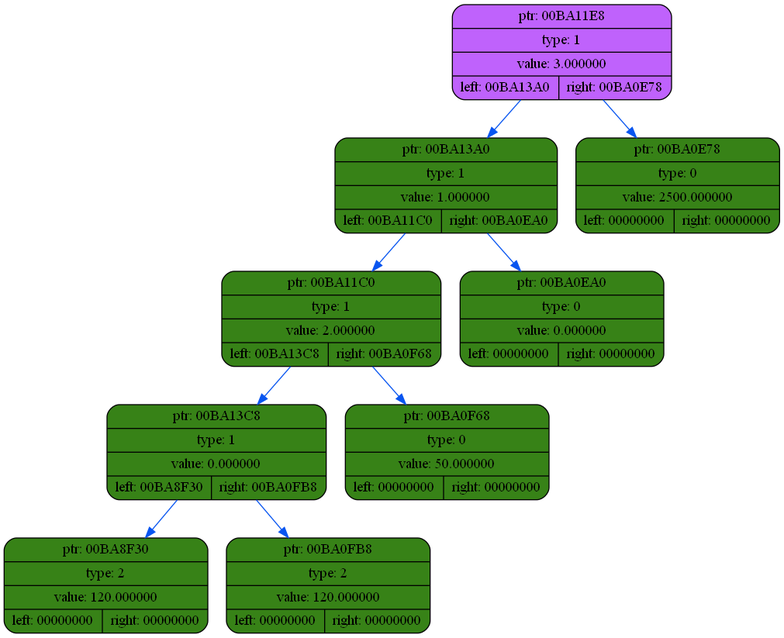
Before: dump/dump3.png, a diagram exported from Graphviz (coffee8cat/differentiator). Its source is kept beside it as dump/dump3.dot. The source it was exported from:
```dot
digraph
{
    rankdir=TP

        node00BA11E8[shape=record,style="rounded,filled",fillcolor="#BF62FC",label="{ ptr: 00BA11E8 | type: 1 | value: 3.000000| { left: 00BA13A0 | right: 00BA0E78 }}"];
    node00BA11E8 -> node00BA13A0[color="#0855F0"]
    node00BA13A0[shape=record,style="rounded,filled",fillcolor="#378217",label="{ ptr: 00BA13A0 | type: 1 | value: 1.000000| { left: 00BA11C0 | right: 00BA0EA0 }}"];
    node00BA13A0 -> node00BA11C0[color="#0855F0"]
    node00BA11C0[shape=record,style="rounded,filled",fillcolor="#378217",label="{ ptr: 00BA11C0 | type: 1 | value: 2.000000| { left: 00BA13C8 | right: 00BA0F68 }}"];
    node00BA11C0 -> node00BA13C8[color="#0855F0"]
    node00BA13C8[shape=record,style="rounded,filled",fillcolor="#378217",label="{ ptr: 00BA13C8 | type: 1 | value: 0.000000| { left: 00BA8F30 | right: 00BA0FB8 }}"];
    node00BA13C8 -> node00BA8F30[color="#0855F0"]
    node00BA8F30[shape=record,style="rounded,filled",fillcolor="#378217",label="{ ptr: 00BA8F30 | type: 2 | value: 120.000000| { left: 00000000 | right: 00000000 }}"];
    node00BA13C8 -> node00BA0FB8[color="#0855F0"]
    node00BA0FB8[shape=record,style="rounded,filled",fillcolor="#378217",label="{ ptr: 00BA0FB8 | type: 2 | value: 120.000000| { left: 00000000 | right: 00000000 }}"];
    node00BA11C0 -> node00BA0F68[color="#0855F0"]
    node00BA0F68[shape=record,style="rounded,filled",fillcolor="#378217",label="{ ptr: 00BA0F68 | type: 0 | value: 50.000000| { left: 00000000 | right: 00000000 }}"];
    node00BA13A0 -> node00BA0EA0[color="#0855F0"]
    node00BA0EA0[shape=record,style="rounded,filled",fillcolor="#378217",label="{ ptr: 00BA0EA0 | type: 0 | value: 0.000000| { left: 00000000 | right: 00000000 }}"];
    node00BA11E8 -> node00BA0E78[color="#0855F0"]
    node00BA0E78[shape=record,style="rounded,filled",fillcolor="#378217",label="{ ptr: 00BA0E78 | type: 0 | value: 2500.000000| { left: 00000000 | right: 00000000 }}"];
}
```
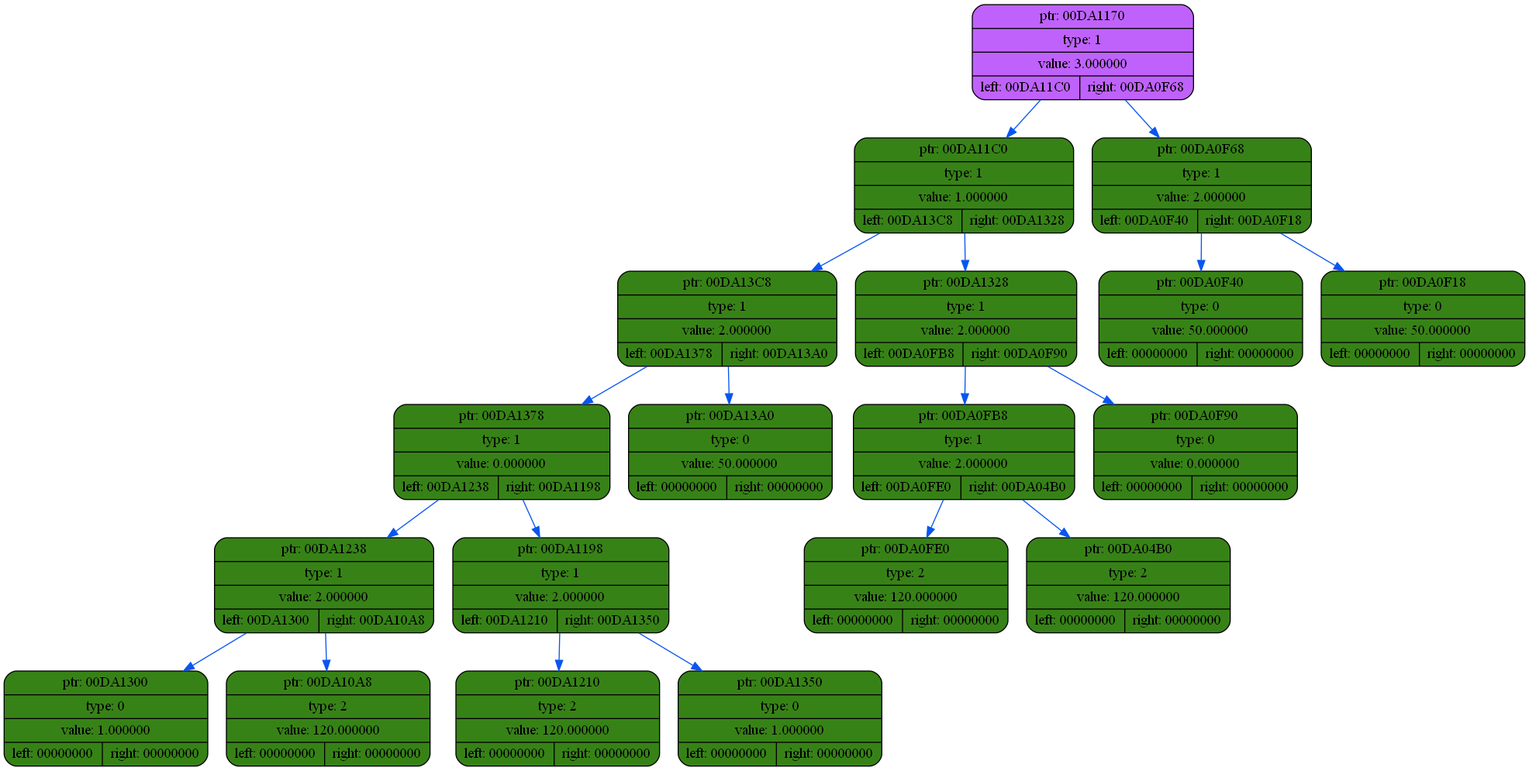
After the commit.

Diff of the diagram source:
```diff
@@ -2,21 +2,41 @@
 {
     rankdir=TP
 
-        node00BA11E8[shape=record,style="rounded,filled",fillcolor="#BF62FC",label="{ ptr: 00BA11E8 | type: 1 | value: 3.000000| { left: 00BA13A0 | right: 00BA0E78 }}"];
-    node00BA11E8 -> node00BA13A0[color="#0855F0"]
-    node00BA13A0[shape=record,style="rounded,filled",fillcolor="#378217",label="{ ptr: 00BA13A0 | type: 1 | value: 1.000000| { left: 00BA11C0 | right: 00BA0EA0 }}"];
-    node00BA13A0 -> node00BA11C0[color="#0855F0"]
-    node00BA11C0[shape=record,style="rounded,filled",fillcolor="#378217",label="{ ptr: 00BA11C0 | type: 1 | value: 2.000000| { left: 00BA13C8 | right: 00BA0F68 }}"];
-    node00BA11C0 -> node00BA13C8[color="#0855F0"]
-    node00BA13C8[shape=record,style="rounded,filled",fillcolor="#378217",label="{ ptr: 00BA13C8 | type: 1 | value: 0.000000| { left: 00BA8F30 | right: 00BA0FB8 }}"];
-    node00BA13C8 -> node00BA8F30[color="#0855F0"]
-    node00BA8F30[shape=record,style="rounded,filled",fillcolor="#378217",label="{ ptr: 00BA8F30 | type: 2 | value: 120.000000| { left: 00000000 | right: 00000000 }}"];
-    node00BA13C8 -> node00BA0FB8[color="#0855F0"]
-    node00BA0FB8[shape=record,style="rounded,filled",fillcolor="#378217",label="{ ptr: 00BA0FB8 | type: 2 | value: 120.000000| { left: 00000000 | right: 00000000 }}"];
-    node00BA11C0 -> node00BA0F68[color="#0855F0"]
-    node00BA0F68[shape=record,style="rounded,filled",fillcolor="#378217",label="{ ptr: 00BA0F68 | type: 0 | value: 50.000000| { left: 00000000 | right: 00000000 }}"];
-    node00BA13A0 -> node00BA0EA0[color="#0855F0"]
-    node00BA0EA0[shape=record,style="rounded,filled",fillcolor="#378217",label="{ ptr: 00BA0EA0 | type: 0 | value: 0.000000| { left: 00000000 | right: 00000000 }}"];
-    node00BA11E8 -> node00BA0E78[color="#0855F0"]
-    node00BA0E78[shape=record,style="rounded,filled",fillcolor="#378217",label="{ ptr: 00BA0E78 | type: 0 | value: 2500.000000| { left: 00000000 | right: 00000000 }}"];
+        node00DA1170[shape=record,style="rounded,filled",fillcolor="#BF62FC",label="{ ptr: 00DA1170 | type: 1 | value: 3.000000| { left: 00DA11C0 | right: 00DA0F68 }}"];
+    node00DA1170 -> node00DA11C0[color="#0855F0"]
+    node00DA11C0[shape=record,style="rounded,filled",fillcolor="#378217",label="{ ptr: 00DA11C0 | type: 1 | value: 1.000000| { left: 00DA13C8 | right: 00DA1328 }}"];
+    node00DA11C0 -> node00DA13C8[color="#0855F0"]
+    node00DA13C8[shape=record,style="rounded,filled",fillcolor="#378217",label="{ ptr: 00DA13C8 | type: 1 | value: 2.000000| { left: 00DA1378 | right: 00DA13A0 }}"];
+    node00DA13C8 -> node00DA1378[color="#0855F0"]
+    node00DA1378[shape=record,style="rounded,filled",fillcolor="#378217",label="{ ptr: 00DA1378 | type: 1 | value: 0.000000| { left: 00DA1238 | right: 00DA1198 }}"];
+    node00DA1378 -> node00DA1238[color="#0855F0"]
+    node00DA1238[shape=record,style="rounded,filled",fillcolor="#378217",label="{ ptr: 00DA1238 | type: 1 | value: 2.000000| { left: 00DA1300 | right: 00DA10A8 }}"];
+    node00DA1238 -> node00DA1300[color="#0855F0"]
+    node00DA1300[shape=record,style="rounded,filled",fillcolor="#378217",label="{ ptr: 00DA1300 | type: 0 | value: 1.000000| { left: 00000000 | right: 00000000 }}"];
+    node00DA1238 -> node00DA10A8[color="#0855F0"]
+    node00DA10A8[shape=record,style="rounded,filled",fillcolor="#378217",label="{ ptr: 00DA10A8 | type: 2 | value: 120.000000| { left: 00000000 | right: 00000000 }}"];
+    node00DA1378 -> node00DA1198[color="#0855F0"]
+    node00DA1198[shape=record,style="rounded,filled",fillcolor="#378217",label="{ ptr: 00DA1198 | type: 1 | value: 2.000000| { left: 00DA1210 | right: 00DA1350 }}"];
+    node00DA1198 -> node00DA1210[color="#0855F0"]
+    node00DA1210[shape=record,style="rounded,filled",fillcolor="#378217",label="{ ptr: 00DA1210 | type: 2 | value: 120.000000| { left: 00000000 | right: 00000000 }}"];
+    node00DA1198 -> node00DA1350[color="#0855F0"]
+    node00DA1350[shape=record,style="rounded,filled",fillcolor="#378217",label="{ ptr: 00DA1350 | type: 0 | value: 1.000000| { left: 00000000 | right: 00000000 }}"];
+    node00DA13C8 -> node00DA13A0[color="#0855F0"]
+    node00DA13A0[shape=record,style="rounded,filled",fillcolor="#378217",label="{ ptr: 00DA13A0 | type: 0 | value: 50.000000| { left: 00000000 | right: 00000000 }}"];
+    node00DA11C0 -> node00DA1328[color="#0855F0"]
+    node00DA1328[shape=record,style="rounded,filled",fillcolor="#378217",label="{ ptr: 00DA1328 | type: 1 | value: 2.000000| { left: 00DA0FB8 | right: 00DA0F90 }}"];
+    node00DA1328 -> node00DA0FB8[color="#0855F0"]
+    node00DA0FB8[shape=record,style="rounded,filled",fillcolor="#378217",label="{ ptr: 00DA0FB8 | type: 1 | value: 2.000000| { left: 00DA0FE0 | right: 00DA04B0 }}"];
+    node00DA0FB8 -> node00DA0FE0[color="#0855F0"]
+    node00DA0FE0[shape=record,style="rounded,filled",fillcolor="#378217",label="{ ptr: 00DA0FE0 | type: 2 | value: 120.000000| { left: 00000000 | right: 00000000 }}"];
+    node00DA0FB8 -> node00DA04B0[color="#0855F0"]
+    node00DA04B0[shape=record,style="rounded,filled",fillcolor="#378217",label="{ ptr: 00DA04B0 | type: 2 | value: 120.000000| { left: 00000000 | right: 00000000 }}"];
+    node00DA1328 -> node00DA0F90[color="#0855F0"]
+    node00DA0F90[shape=record,style="rounded,filled",fillcolor="#378217",label="{ ptr: 00DA0F90 | type: 0 | value: 0.000000| { left: 00000000 | right: 00000000 }}"];
+    node00DA1170 -> node00DA0F68[color="#0855F0"]
+    node00DA0F68[shape=record,style="rounded,filled",fillcolor="#378217",label="{ ptr: 00DA0F68 | type: 1 | value: 2.000000| { left: 00DA0F40 | right: 00DA0F18 }}"];
+    node00DA0F68 -> node00DA0F40[color="#0855F0"]
+    node00DA0F40[shape=record,style="rounded,filled",fillcolor="#378217",label="{ ptr: 00DA0F40 | type: 0 | value: 50.000000| { left: 00000000 | right: 00000000 }}"];
+    node00DA0F68 -> node00DA0F18[color="#0855F0"]
+    node00DA0F18[shape=record,style="rounded,filled",fillcolor="#378217",label="{ ptr: 00DA0F18 | type: 0 | value: 50.000000| { left: 00000000 | right: 00000000 }}"];
 }
```
